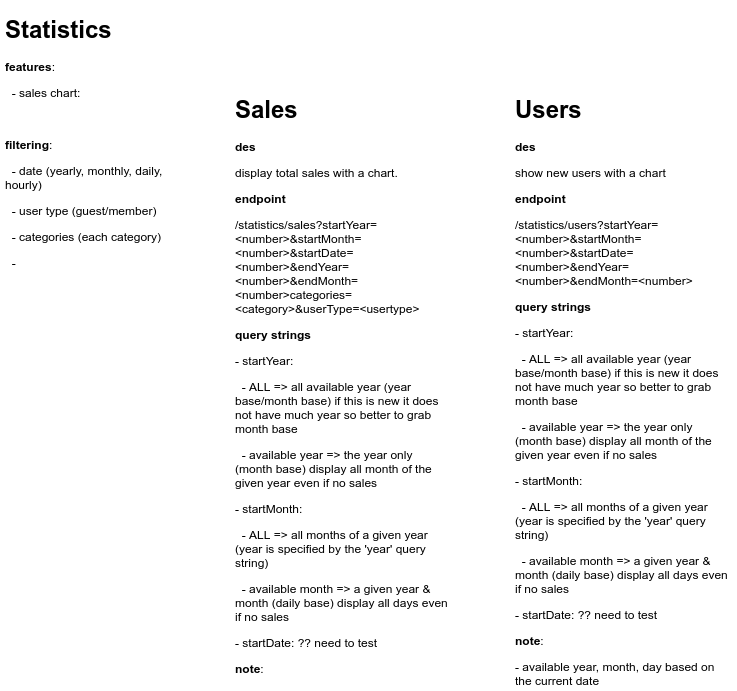
The draw.io diagram statistics.png in stsiwo/e-commerce-starter-kits, before a commit. Source tidied: cells renumbered, new cells last; positions are measured from the earlier drawing's top-left corner, leaving out a move shared by most shapes.
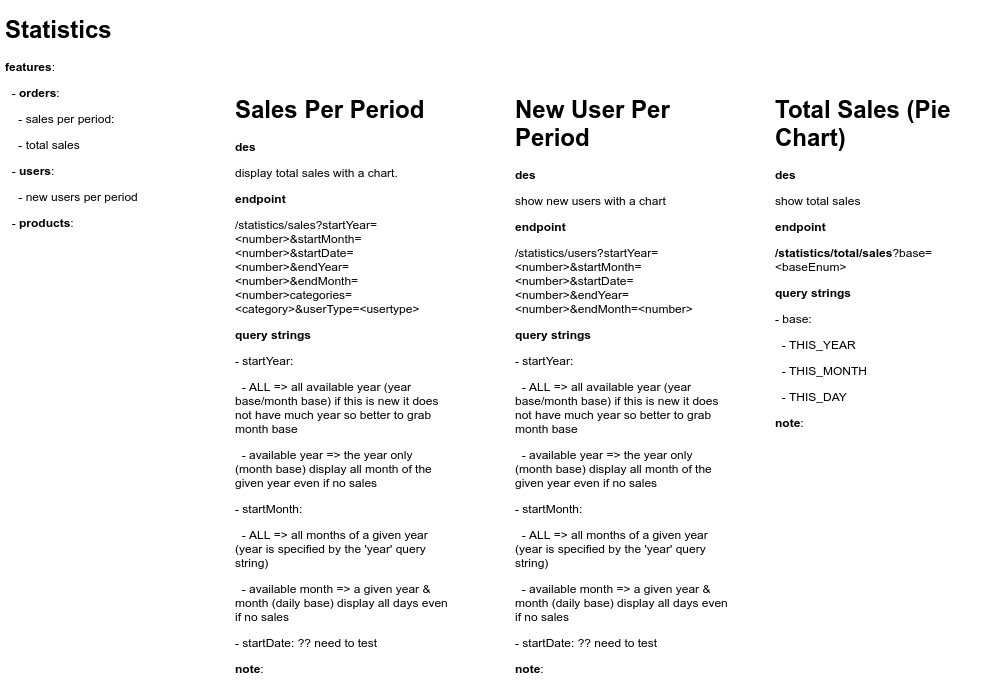
The same diagram one commit later.

What changed in the source:
```diff
@@ -2,14 +2,17 @@
   <root>
     <mxCell id="0" />
     <mxCell id="1" parent="0" />
-    <mxCell id="2" value="&lt;h1&gt;Statistics&amp;nbsp;&lt;/h1&gt;&lt;p&gt;&lt;b&gt;features&lt;/b&gt;:&lt;/p&gt;&lt;p&gt;&amp;nbsp; - sales chart:&amp;nbsp;&lt;/p&gt;&lt;p&gt;&lt;br&gt;&lt;/p&gt;&lt;p&gt;&lt;b&gt;filtering&lt;/b&gt;:&amp;nbsp;&lt;/p&gt;&lt;p&gt;&amp;nbsp; - date (yearly, monthly, daily, hourly)&lt;/p&gt;&lt;p&gt;&amp;nbsp; - user type (guest/member)&lt;/p&gt;&lt;p&gt;&amp;nbsp; - categories (each category)&lt;/p&gt;&lt;p&gt;&amp;nbsp; -&amp;nbsp;&lt;/p&gt;&lt;p&gt;&lt;br&gt;&lt;/p&gt;&lt;p&gt;&lt;br&gt;&lt;/p&gt;" style="text;html=1;strokeColor=none;fillColor=none;spacing=5;spacingTop=-20;whiteSpace=wrap;overflow=hidden;rounded=0;" parent="1" vertex="1">
+    <mxCell id="2" value="&lt;h1&gt;Statistics&amp;nbsp;&lt;/h1&gt;&lt;p&gt;&lt;b&gt;features&lt;/b&gt;:&lt;/p&gt;&lt;p&gt;&amp;nbsp; - &lt;b&gt;orders&lt;/b&gt;:&amp;nbsp;&lt;/p&gt;&lt;p&gt;&lt;span&gt;&amp;nbsp; &amp;nbsp; - sales per period:&amp;nbsp;&lt;/span&gt;&lt;br&gt;&lt;/p&gt;&lt;p&gt;&lt;span&gt;&amp;nbsp; &amp;nbsp; - total sales&amp;nbsp;&lt;/span&gt;&lt;/p&gt;&lt;p&gt;&lt;span&gt;&amp;nbsp; - &lt;b&gt;users&lt;/b&gt;:&lt;/span&gt;&lt;/p&gt;&lt;p&gt;&lt;span&gt;&amp;nbsp; &amp;nbsp; - new users per period&lt;/span&gt;&lt;br&gt;&lt;/p&gt;&lt;p&gt;&amp;nbsp; - &lt;b&gt;products&lt;/b&gt;:&lt;/p&gt;&lt;p&gt;&amp;nbsp;&amp;nbsp;&lt;/p&gt;&lt;p&gt;&lt;br&gt;&lt;/p&gt;&lt;p&gt;&lt;br&gt;&lt;/p&gt;&lt;p&gt;&lt;b&gt;filtering&lt;/b&gt;:&amp;nbsp;&lt;/p&gt;&lt;p&gt;&amp;nbsp; - date (yearly, monthly, daily, hourly)&lt;/p&gt;&lt;p&gt;&amp;nbsp; - user type (guest/member)&lt;/p&gt;&lt;p&gt;&amp;nbsp; - categories (each category)&lt;/p&gt;&lt;p&gt;&amp;nbsp; -&amp;nbsp;&lt;/p&gt;&lt;p&gt;&lt;br&gt;&lt;/p&gt;&lt;p&gt;&lt;br&gt;&lt;/p&gt;" style="text;html=1;strokeColor=none;fillColor=none;spacing=5;spacingTop=-20;whiteSpace=wrap;overflow=hidden;rounded=0;" parent="1" vertex="1">
       <mxGeometry width="190" height="270" as="geometry" />
     </mxCell>
-    <mxCell id="3" value="&lt;h1&gt;Sales&amp;nbsp;&lt;/h1&gt;&lt;p&gt;&lt;b&gt;des&lt;/b&gt;&lt;/p&gt;&lt;p&gt;display total sales with a chart.&amp;nbsp;&lt;/p&gt;&lt;p&gt;&lt;b&gt;endpoint&lt;/b&gt;&lt;/p&gt;&lt;p&gt;/statistics/sales?startYear=&amp;lt;number&amp;gt;&amp;amp;startMonth=&amp;lt;number&amp;gt;&amp;amp;startDate=&amp;lt;number&amp;gt;&amp;amp;endYear=&amp;lt;number&amp;gt;&amp;amp;endMonth=&amp;lt;number&amp;gt;categories=&amp;lt;category&amp;gt;&amp;amp;userType=&amp;lt;usertype&amp;gt;&lt;/p&gt;&lt;p&gt;&lt;b&gt;query strings&lt;/b&gt;&lt;/p&gt;&lt;p&gt;- startYear:&amp;nbsp;&lt;/p&gt;&lt;p&gt;&amp;nbsp; - ALL =&amp;gt; all available year (year base/month base) if this is new it does not have much year so better to grab month base&lt;/p&gt;&lt;p&gt;&amp;nbsp; - available year =&amp;gt; the year only (month base) display all month of the given year even if no sales&lt;/p&gt;&lt;p&gt;- startMonth:&amp;nbsp;&lt;/p&gt;&lt;p&gt;&amp;nbsp; - ALL =&amp;gt; all months of a given year (year is specified by the 'year' query string)&amp;nbsp;&lt;/p&gt;&lt;p&gt;&amp;nbsp; - available month =&amp;gt; a given year &amp;amp; month (daily base) display all days even if no sales&lt;/p&gt;&lt;p&gt;- startDate: ?? need to test&lt;/p&gt;&lt;p&gt;&lt;b&gt;note&lt;/b&gt;:&lt;/p&gt;&lt;p&gt;- available year, month, day based on the current date&lt;/p&gt;" style="text;html=1;strokeColor=none;fillColor=none;spacing=5;spacingTop=-20;whiteSpace=wrap;overflow=hidden;rounded=0;" parent="1" vertex="1">
+    <mxCell id="3" value="&lt;h1&gt;Sales Per Period&amp;nbsp;&lt;/h1&gt;&lt;p&gt;&lt;b&gt;des&lt;/b&gt;&lt;/p&gt;&lt;p&gt;display total sales with a chart.&amp;nbsp;&lt;/p&gt;&lt;p&gt;&lt;b&gt;endpoint&lt;/b&gt;&lt;/p&gt;&lt;p&gt;/statistics/sales?startYear=&amp;lt;number&amp;gt;&amp;amp;startMonth=&amp;lt;number&amp;gt;&amp;amp;startDate=&amp;lt;number&amp;gt;&amp;amp;endYear=&amp;lt;number&amp;gt;&amp;amp;endMonth=&amp;lt;number&amp;gt;categories=&amp;lt;category&amp;gt;&amp;amp;userType=&amp;lt;usertype&amp;gt;&lt;/p&gt;&lt;p&gt;&lt;b&gt;query strings&lt;/b&gt;&lt;/p&gt;&lt;p&gt;- startYear:&amp;nbsp;&lt;/p&gt;&lt;p&gt;&amp;nbsp; - ALL =&amp;gt; all available year (year base/month base) if this is new it does not have much year so better to grab month base&lt;/p&gt;&lt;p&gt;&amp;nbsp; - available year =&amp;gt; the year only (month base) display all month of the given year even if no sales&lt;/p&gt;&lt;p&gt;- startMonth:&amp;nbsp;&lt;/p&gt;&lt;p&gt;&amp;nbsp; - ALL =&amp;gt; all months of a given year (year is specified by the 'year' query string)&amp;nbsp;&lt;/p&gt;&lt;p&gt;&amp;nbsp; - available month =&amp;gt; a given year &amp;amp; month (daily base) display all days even if no sales&lt;/p&gt;&lt;p&gt;- startDate: ?? need to test&lt;/p&gt;&lt;p&gt;&lt;b&gt;note&lt;/b&gt;:&lt;/p&gt;&lt;p&gt;- available year, month, day based on the current date&lt;/p&gt;" style="text;html=1;strokeColor=none;fillColor=none;spacing=5;spacingTop=-20;whiteSpace=wrap;overflow=hidden;rounded=0;" parent="1" vertex="1">
       <mxGeometry x="230" y="80" width="226" height="600" as="geometry" />
     </mxCell>
-    <mxCell id="4" value="&lt;h1&gt;Users&amp;nbsp;&amp;nbsp;&lt;/h1&gt;&lt;p&gt;&lt;b&gt;des&lt;/b&gt;&lt;/p&gt;&lt;p&gt;show new users with a chart&amp;nbsp;&lt;/p&gt;&lt;p&gt;&lt;b&gt;endpoint&lt;/b&gt;&lt;/p&gt;&lt;p&gt;/statistics/users?startYear=&amp;lt;number&amp;gt;&amp;amp;startMonth=&amp;lt;number&amp;gt;&amp;amp;startDate=&amp;lt;number&amp;gt;&amp;amp;endYear=&amp;lt;number&amp;gt;&amp;amp;endMonth=&amp;lt;number&amp;gt;&lt;/p&gt;&lt;p&gt;&lt;b&gt;query strings&lt;/b&gt;&lt;/p&gt;&lt;p&gt;- startYear:&amp;nbsp;&lt;/p&gt;&lt;p&gt;&amp;nbsp; - ALL =&amp;gt; all available year (year base/month base) if this is new it does not have much year so better to grab month base&lt;/p&gt;&lt;p&gt;&amp;nbsp; - available year =&amp;gt; the year only (month base) display all month of the given year even if no sales&lt;/p&gt;&lt;p&gt;- startMonth:&amp;nbsp;&lt;/p&gt;&lt;p&gt;&amp;nbsp; - ALL =&amp;gt; all months of a given year (year is specified by the 'year' query string)&amp;nbsp;&lt;/p&gt;&lt;p&gt;&amp;nbsp; - available month =&amp;gt; a given year &amp;amp; month (daily base) display all days even if no sales&lt;/p&gt;&lt;p&gt;- startDate: ?? need to test&lt;/p&gt;&lt;p&gt;&lt;b&gt;note&lt;/b&gt;:&lt;/p&gt;&lt;p&gt;- available year, month, day based on the current date&lt;/p&gt;" style="text;html=1;strokeColor=none;fillColor=none;spacing=5;spacingTop=-20;whiteSpace=wrap;overflow=hidden;rounded=0;" parent="1" vertex="1">
+    <mxCell id="4" value="&lt;h1&gt;New User Per Period&amp;nbsp;&amp;nbsp;&lt;/h1&gt;&lt;p&gt;&lt;b&gt;des&lt;/b&gt;&lt;/p&gt;&lt;p&gt;show new users with a chart&amp;nbsp;&lt;/p&gt;&lt;p&gt;&lt;b&gt;endpoint&lt;/b&gt;&lt;/p&gt;&lt;p&gt;/statistics/users?startYear=&amp;lt;number&amp;gt;&amp;amp;startMonth=&amp;lt;number&amp;gt;&amp;amp;startDate=&amp;lt;number&amp;gt;&amp;amp;endYear=&amp;lt;number&amp;gt;&amp;amp;endMonth=&amp;lt;number&amp;gt;&lt;/p&gt;&lt;p&gt;&lt;b&gt;query strings&lt;/b&gt;&lt;/p&gt;&lt;p&gt;- startYear:&amp;nbsp;&lt;/p&gt;&lt;p&gt;&amp;nbsp; - ALL =&amp;gt; all available year (year base/month base) if this is new it does not have much year so better to grab month base&lt;/p&gt;&lt;p&gt;&amp;nbsp; - available year =&amp;gt; the year only (month base) display all month of the given year even if no sales&lt;/p&gt;&lt;p&gt;- startMonth:&amp;nbsp;&lt;/p&gt;&lt;p&gt;&amp;nbsp; - ALL =&amp;gt; all months of a given year (year is specified by the 'year' query string)&amp;nbsp;&lt;/p&gt;&lt;p&gt;&amp;nbsp; - available month =&amp;gt; a given year &amp;amp; month (daily base) display all days even if no sales&lt;/p&gt;&lt;p&gt;- startDate: ?? need to test&lt;/p&gt;&lt;p&gt;&lt;b&gt;note&lt;/b&gt;:&lt;/p&gt;&lt;p&gt;- available year, month, day based on the current date&lt;/p&gt;" style="text;html=1;strokeColor=none;fillColor=none;spacing=5;spacingTop=-20;whiteSpace=wrap;overflow=hidden;rounded=0;" parent="1" vertex="1">
       <mxGeometry x="510" y="80" width="226" height="600" as="geometry" />
     </mxCell>
+    <mxCell id="5" value="&lt;h1&gt;Total Sales (Pie Chart)&amp;nbsp;&amp;nbsp;&lt;/h1&gt;&lt;p&gt;&lt;b&gt;des&lt;/b&gt;&lt;/p&gt;&lt;p&gt;show total sales&amp;nbsp;&amp;nbsp;&lt;/p&gt;&lt;p&gt;&lt;b&gt;endpoint&lt;/b&gt;&lt;/p&gt;&lt;p&gt;&lt;b&gt;/statistics/total/sales&lt;/b&gt;?base=&amp;lt;baseEnum&amp;gt;&lt;/p&gt;&lt;p&gt;&lt;b&gt;query strings&lt;/b&gt;&lt;/p&gt;&lt;p&gt;- base:&amp;nbsp;&lt;/p&gt;&lt;p&gt;&lt;b&gt;&amp;nbsp; &lt;/b&gt;&lt;span&gt;- THIS_YEAR&lt;/span&gt;&lt;/p&gt;&lt;p&gt;&lt;span&gt;&amp;nbsp; - THIS_MONTH&lt;/span&gt;&lt;/p&gt;&lt;p&gt;&lt;span&gt;&amp;nbsp; - THIS_DAY&lt;/span&gt;&lt;/p&gt;&lt;p&gt;&lt;b&gt;note&lt;/b&gt;&lt;span&gt;:&lt;/span&gt;&lt;br&gt;&lt;/p&gt;&lt;p&gt;&lt;br&gt;&lt;/p&gt;" style="text;html=1;strokeColor=none;fillColor=none;spacing=5;spacingTop=-20;whiteSpace=wrap;overflow=hidden;rounded=0;" parent="1" vertex="1">
+      <mxGeometry x="770" y="80" width="226" height="600" as="geometry" />
+    </mxCell>
   </root>
 </mxGraphModel>
```
